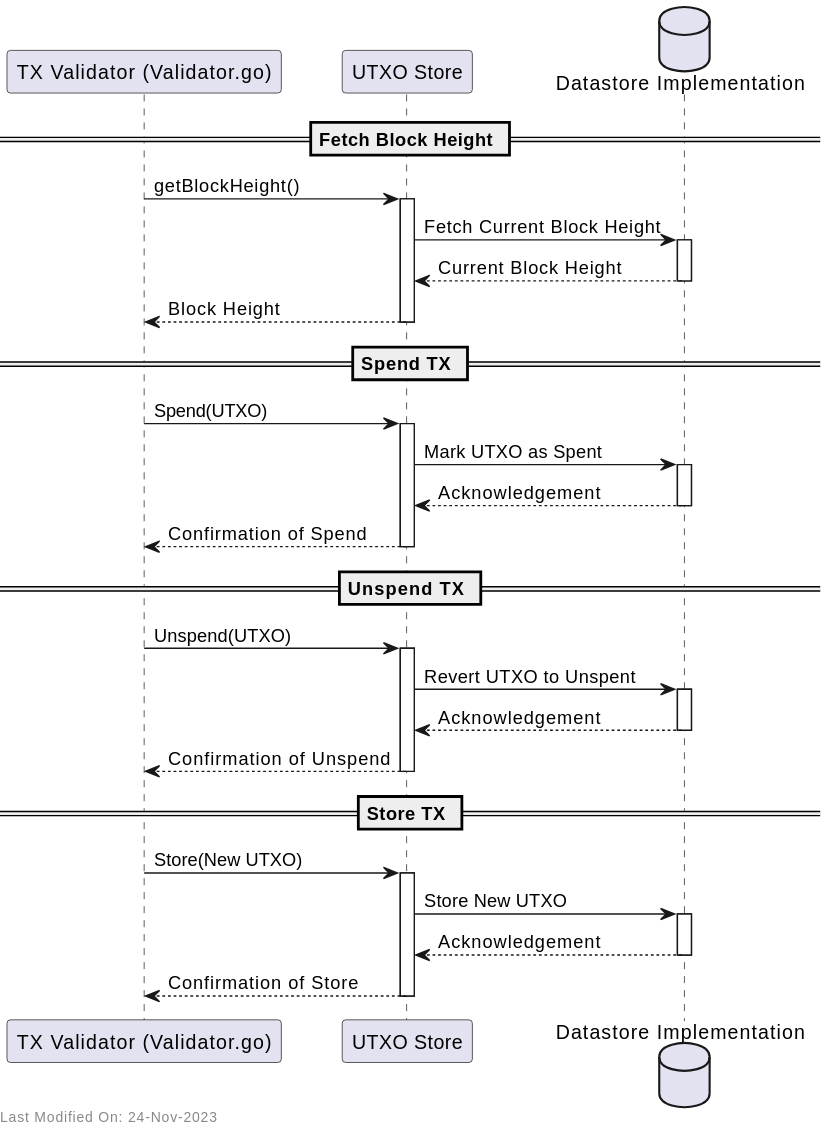
freemans13/teranode keeps this PlantUML diagram as docs/services/img/plantuml/utxo/utxo_transaction_validator.svg. Above is the earlier version. Its source is kept beside it as docs/services/img/plantuml/utxo/utxo_transaction_validator.puml.
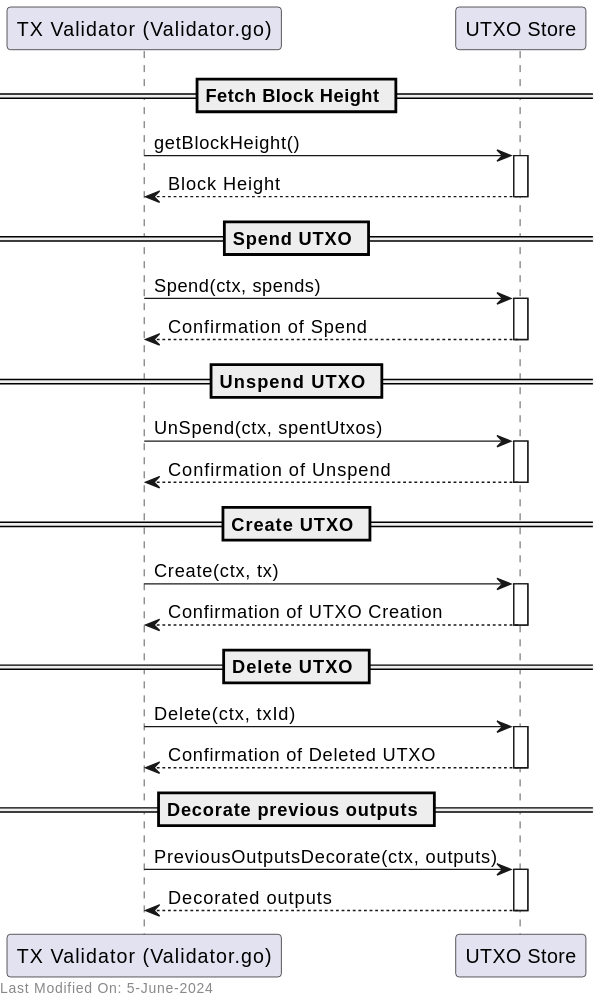
After the commit.

What changed in the source:
```diff
@@ -1,62 +1,64 @@
 @startuml
 participant "TX Validator (Validator.go)" as TXValidator
 participant "UTXO Store" as UTXOStore
-database "Datastore Implementation" as Datastore
 
 == Fetch Block Height ==
 
 TXValidator -> UTXOStore: getBlockHeight()
 activate UTXOStore
 
-UTXOStore -> Datastore: Fetch Current Block Height
-activate Datastore
-Datastore --> UTXOStore: Current Block Height
-deactivate Datastore
 
 UTXOStore --> TXValidator: Block Height
 deactivate UTXOStore
 
-== Spend TX ==
+== Spend UTXO ==
 
 
-TXValidator -> UTXOStore: Spend(UTXO)
+TXValidator -> UTXOStore: Spend(ctx, spends)
 activate UTXOStore
 
-UTXOStore -> Datastore: Mark UTXO as Spent
-activate Datastore
-Datastore --> UTXOStore: Acknowledgement
-deactivate Datastore
 
 UTXOStore --> TXValidator: Confirmation of Spend
 deactivate UTXOStore
 
-== Unspend TX ==
+== Unspend UTXO ==
 
 
-TXValidator -> UTXOStore: Unspend(UTXO)
+TXValidator -> UTXOStore: UnSpend(ctx, spentUtxos)
 activate UTXOStore
-
-UTXOStore -> Datastore: Revert UTXO to Unspent
-activate Datastore
-Datastore --> UTXOStore: Acknowledgement
-deactivate Datastore
 
 UTXOStore --> TXValidator: Confirmation of Unspend
 deactivate UTXOStore
 
-== Store TX ==
+== Create UTXO ==
 
-TXValidator -> UTXOStore: Store(New UTXO)
+TXValidator -> UTXOStore: Create(ctx, tx)
 activate UTXOStore
 
-UTXOStore -> Datastore: Store New UTXO
-activate Datastore
-Datastore --> UTXOStore: Acknowledgement
-deactivate Datastore
 
-UTXOStore --> TXValidator: Confirmation of Store
+UTXOStore --> TXValidator: Confirmation of UTXO Creation
 deactivate UTXOStore
 
-left footer Last Modified On: 24-Nov-2023
+
+== Delete UTXO ==
+
+TXValidator -> UTXOStore: Delete(ctx, txId)
+activate UTXOStore
+
+
+UTXOStore --> TXValidator: Confirmation of Deleted UTXO
+deactivate UTXOStore
+
+
+== Decorate previous outputs ==
+
+TXValidator -> UTXOStore: PreviousOutputsDecorate(ctx, outputs)
+activate UTXOStore
+
+
+UTXOStore --> TXValidator: Decorated outputs
+deactivate UTXOStore
+
+left footer Last Modified On: 5-June-2024
 
 @enduml
```
